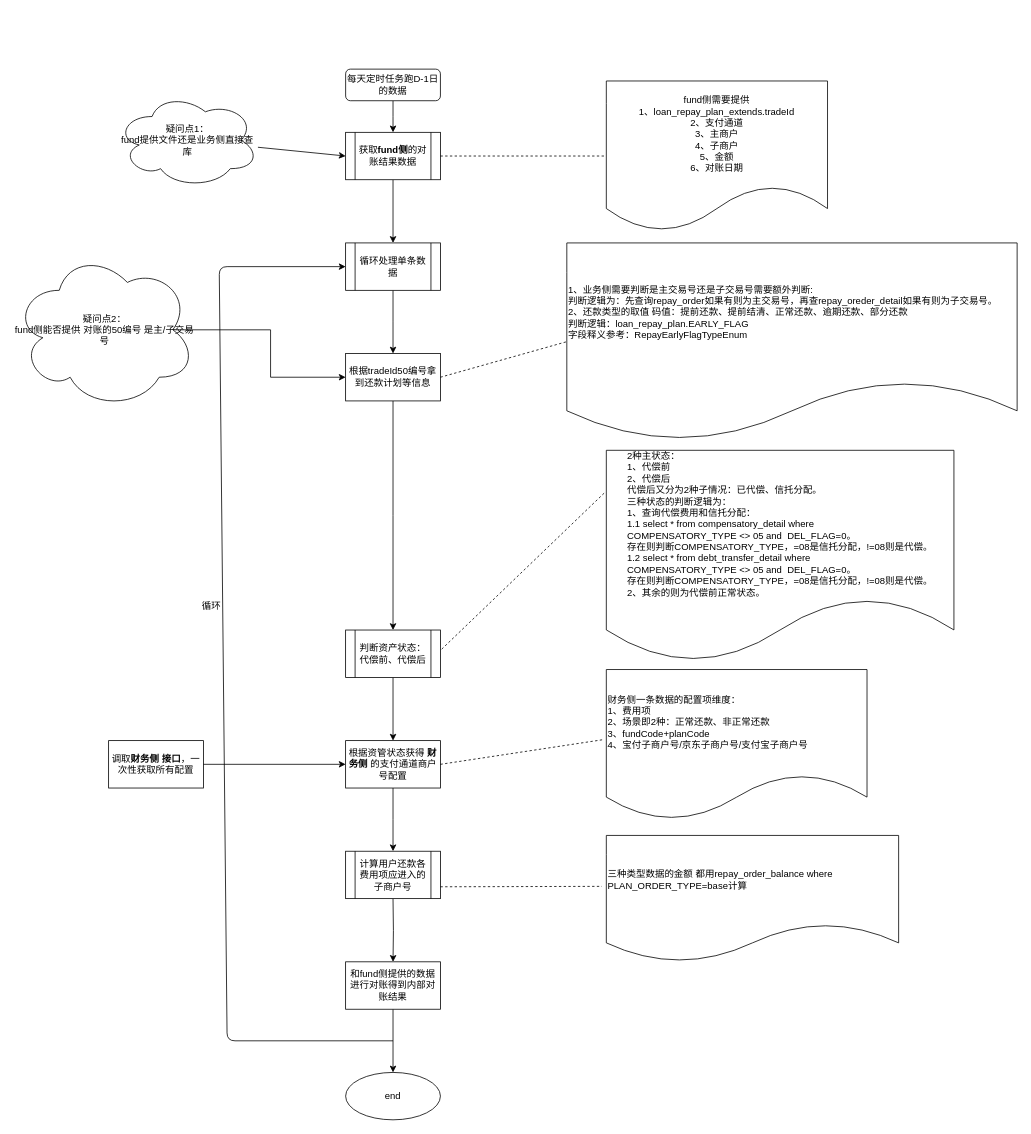
The draw.io diagram Untitled Diagram.drawio in guoZD/draw, before the edit. Source tidied: cells renumbered, new cells numbered last; positions are measured from the earlier drawing's top-left corner, leaving out a move shared by most shapes. Both pictures are drawn from the tidied source at 79%, with x=0, y=0 at pixel (13, 69).
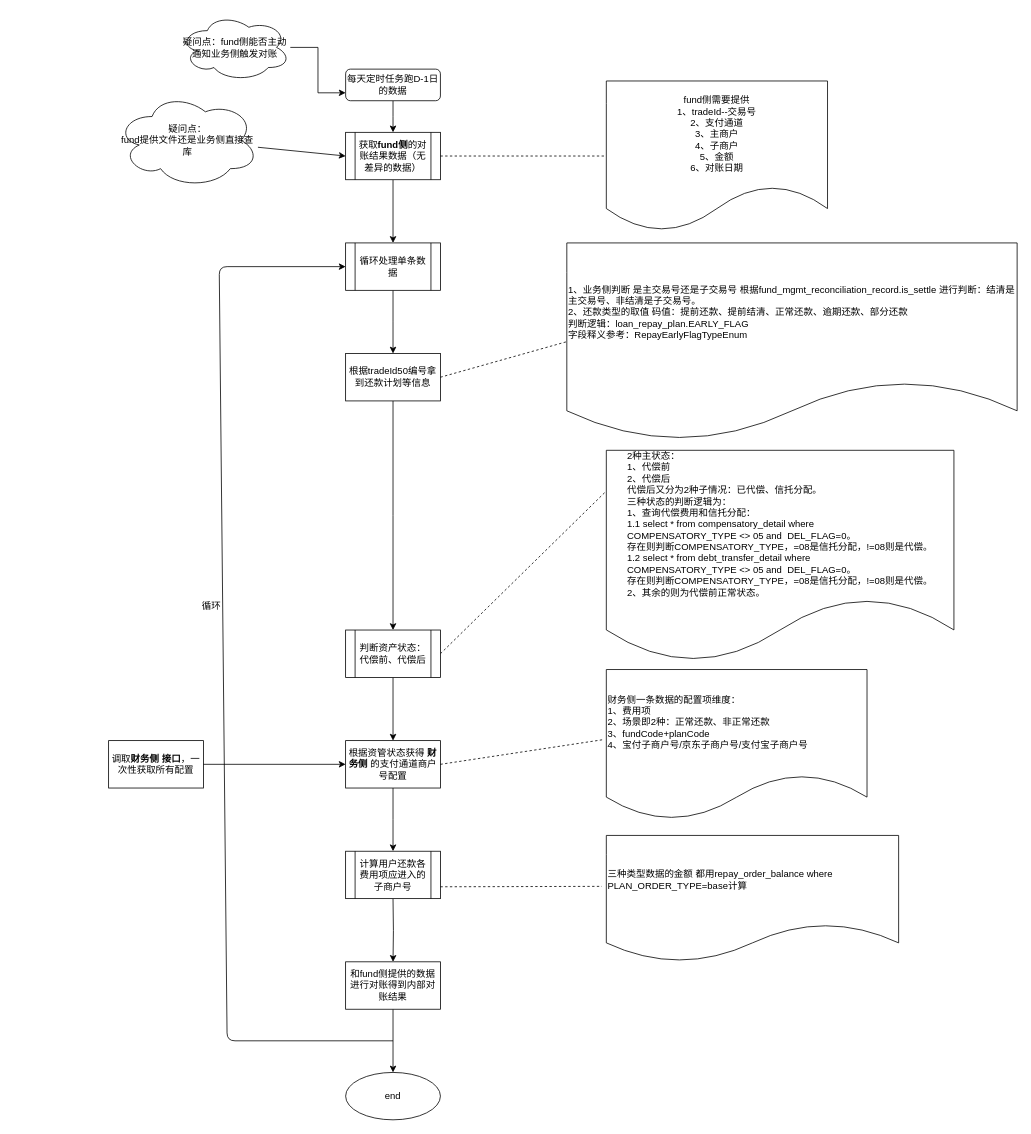
After the change.

Unchanged cells that the change refers to:
```xml
<mxCell id="3" value="每天定时任务跑D-1日的数据" style="rounded=1;whiteSpace=wrap;html=1;fontSize=12;glass=0;strokeWidth=1;shadow=0;" parent="1" vertex="1">
  <mxGeometry x="420" width="120" height="40" as="geometry" />
</mxCell>
<mxCell id="11" value="根据tradeId50编号拿到还款计划等信息" style="rounded=0;whiteSpace=wrap;html=1;" parent="1" vertex="1">
  <mxGeometry x="420" y="360" width="120" height="60" as="geometry" />
</mxCell>
<mxCell id="17" value="判断资产状态：代偿前、代偿后" style="shape=process;whiteSpace=wrap;html=1;backgroundOutline=1;" parent="1" vertex="1">
  <mxGeometry x="420" y="710" width="120" height="60" as="geometry" />
</mxCell>
```

Diff of the diagram source:
```diff
@@
-    <mxCell id="5" value="获取&lt;b&gt;fund侧&lt;/b&gt;的对账结果数据" style="shape=process;whiteSpace=wrap;html=1;backgroundOutline=1;" parent="1" vertex="1">
+    <mxCell id="5" value="获取&lt;b&gt;fund侧&lt;/b&gt;的对账结果数据（无差异的数据）" style="shape=process;whiteSpace=wrap;html=1;backgroundOutline=1;" parent="1" vertex="1">
       <mxGeometry x="420" y="80" width="120" height="60" as="geometry" />
     </mxCell>
@@
-    <mxCell id="8" value="fund侧需要提供&lt;br&gt;1、loan_repay_plan_extends.tradeId&lt;br&gt;2、支付通道&lt;br&gt;3、主商户&lt;br&gt;4、子商户&lt;br&gt;5、金额&lt;br&gt;6、对账日期" style="shape=document;whiteSpace=wrap;html=1;boundedLbl=1;align=center;" parent="1" vertex="1">
+    <mxCell id="8" value="fund侧需要提供&lt;br&gt;1、tradeId--交易号&lt;br&gt;2、支付通道&lt;br&gt;3、主商户&lt;br&gt;4、子商户&lt;br&gt;5、金额&lt;br&gt;6、对账日期" style="shape=document;whiteSpace=wrap;html=1;boundedLbl=1;align=center;" parent="1" vertex="1">
       <mxGeometry x="750" y="15" width="280" height="190" as="geometry" />
     </mxCell>
@@
-    <mxCell id="12" value="1、业务侧需要判断是主交易号还是子交易号需要额外判断:&lt;br&gt;判断逻辑为：先查询repay_order如果有则为主交易号，再查repay_oreder_detail如果有则为子交易号。&lt;br&gt;2、还款类型的取值&lt;span&gt; &lt;/span&gt;码值：提前还款、提前结清、正常还款、逾期还款、部分还款&lt;br&gt;判断逻辑：loan_repay_plan.EARLY_FLAG&lt;br&gt;字段释义参考：RepayEarlyFlagTypeEnum" style="shape=document;whiteSpace=wrap;html=1;boundedLbl=1;rounded=0;align=left;" parent="1" vertex="1">
+    <mxCell id="12" value="1、业务侧判断 是主交易号还是子交易号 根据fund_mgmt_reconciliation_record.is_settle 进行判断：结清是主交易号、非结清是子交易号。&lt;br&gt;2、还款类型的取值&lt;span&gt; &lt;/span&gt;码值：提前还款、提前结清、正常还款、逾期还款、部分还款&lt;br&gt;判断逻辑：loan_repay_plan.EARLY_FLAG&lt;br&gt;字段释义参考：RepayEarlyFlagTypeEnum" style="shape=document;whiteSpace=wrap;html=1;boundedLbl=1;rounded=0;align=left;" parent="1" vertex="1">
       <mxGeometry x="700" y="220" width="570" height="250" as="geometry" />
     </mxCell>
@@
-    <mxCell id="15" style="endArrow=none;dashed=1;html=1;exitX=1;exitY=0.5;exitDx=0;exitDy=0;" parent="1" edge="1">
+    <mxCell id="15" style="endArrow=none;dashed=1;html=1;exitX=1;exitY=0.5;exitDx=0;exitDy=0;" parent="1" edge="1" source="17">
       <mxGeometry relative="1" as="geometry">
-        <mxPoint x="520" y="755" as="sourcePoint" />
         <mxPoint x="748" y="536" as="targetPoint" />
       </mxGeometry>
     </mxCell>
@@
-    <mxCell id="31" value="疑问点1：&lt;br&gt;fund提供文件还是业务侧直接查库" style="ellipse;shape=cloud;whiteSpace=wrap;html=1;" parent="1" vertex="1">
+    <mxCell id="31" value="疑问点：&lt;br&gt;fund提供文件还是业务侧直接查库" style="ellipse;shape=cloud;whiteSpace=wrap;html=1;" parent="1" vertex="1">
       <mxGeometry x="130" y="30" width="180" height="120" as="geometry" />
     </mxCell>
@@
-    <mxCell id="35" style="edgeStyle=orthogonalEdgeStyle;rounded=0;jettySize=auto;html=1;entryX=0;entryY=0.5;entryDx=0;entryDy=0;exitX=0.875;exitY=0.5;exitDx=0;exitDy=0;exitPerimeter=0;" parent="1" edge="1" source="36" target="11">
-      <mxGeometry relative="1" as="geometry" />
-    </mxCell>
-    <mxCell id="36" value="疑问点2：&lt;br&gt;fund侧能否提供 对账的50编号 是主/子交易号" style="ellipse;shape=cloud;whiteSpace=wrap;html=1;" parent="1" vertex="1">
-      <mxGeometry y="230" width="230" height="200" as="geometry" />
-    </mxCell>
+    <mxCell id="37" style="edgeStyle=orthogonalEdgeStyle;rounded=0;jettySize=auto;html=1;entryX=0;entryY=0.75;entryDx=0;entryDy=0;" parent="1" edge="1" source="38" target="3">
+      <mxGeometry relative="1" as="geometry" />
+    </mxCell>
+    <mxCell id="38" value="疑问点：fund侧能否主动通知业务侧触发对账" style="ellipse;shape=cloud;whiteSpace=wrap;html=1;" parent="1" vertex="1">
+      <mxGeometry x="210" y="-70" width="140" height="85" as="geometry" />
+    </mxCell>
```
